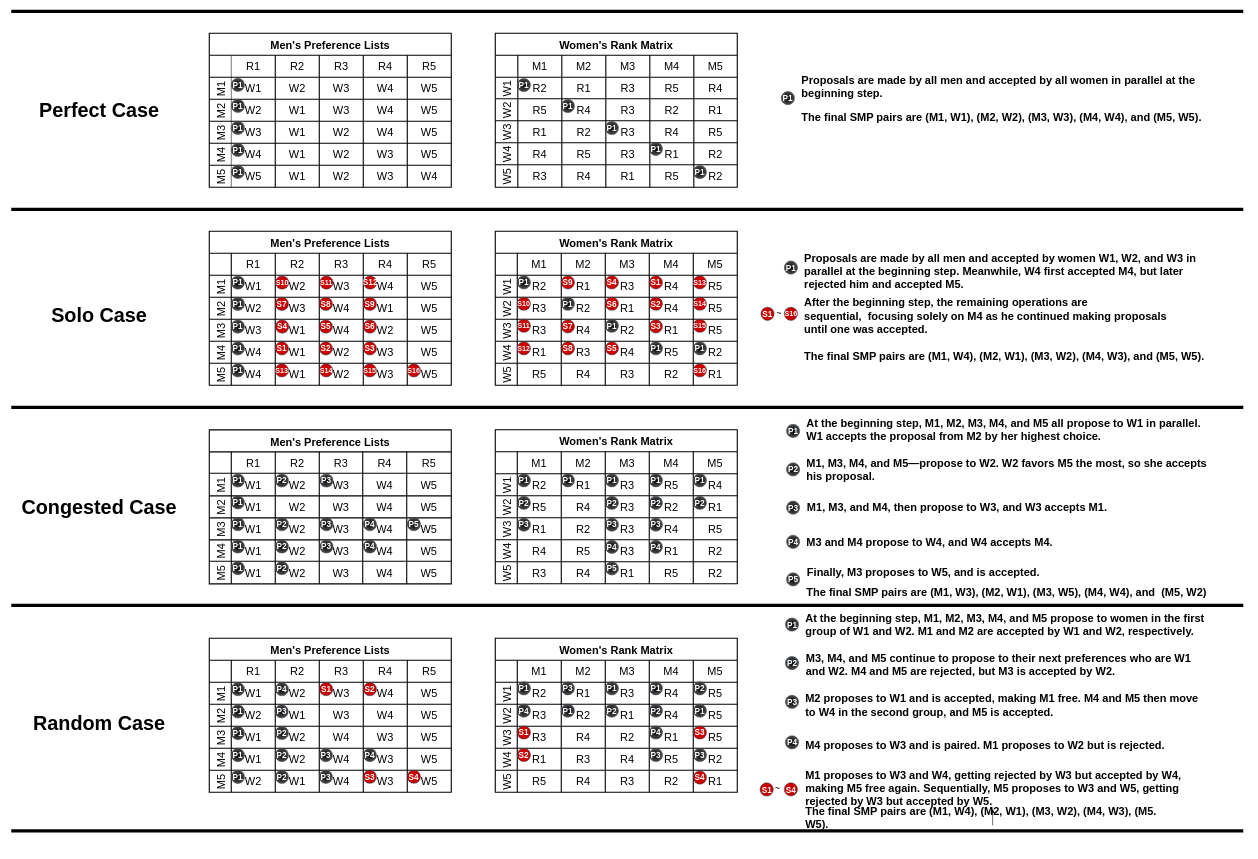
Earlier version of the draw.io diagram SMPWorkloads.drawio (victorliu-sq/BambooSMP-Figures). Source tidied: cells renumbered, new cells numbered last; positions are measured from the earlier drawing's top-left corner, leaving out a move shared by most shapes. Both pictures are drawn from the tidied source at 55%, with x=0, y=0 at pixel (11, 11).
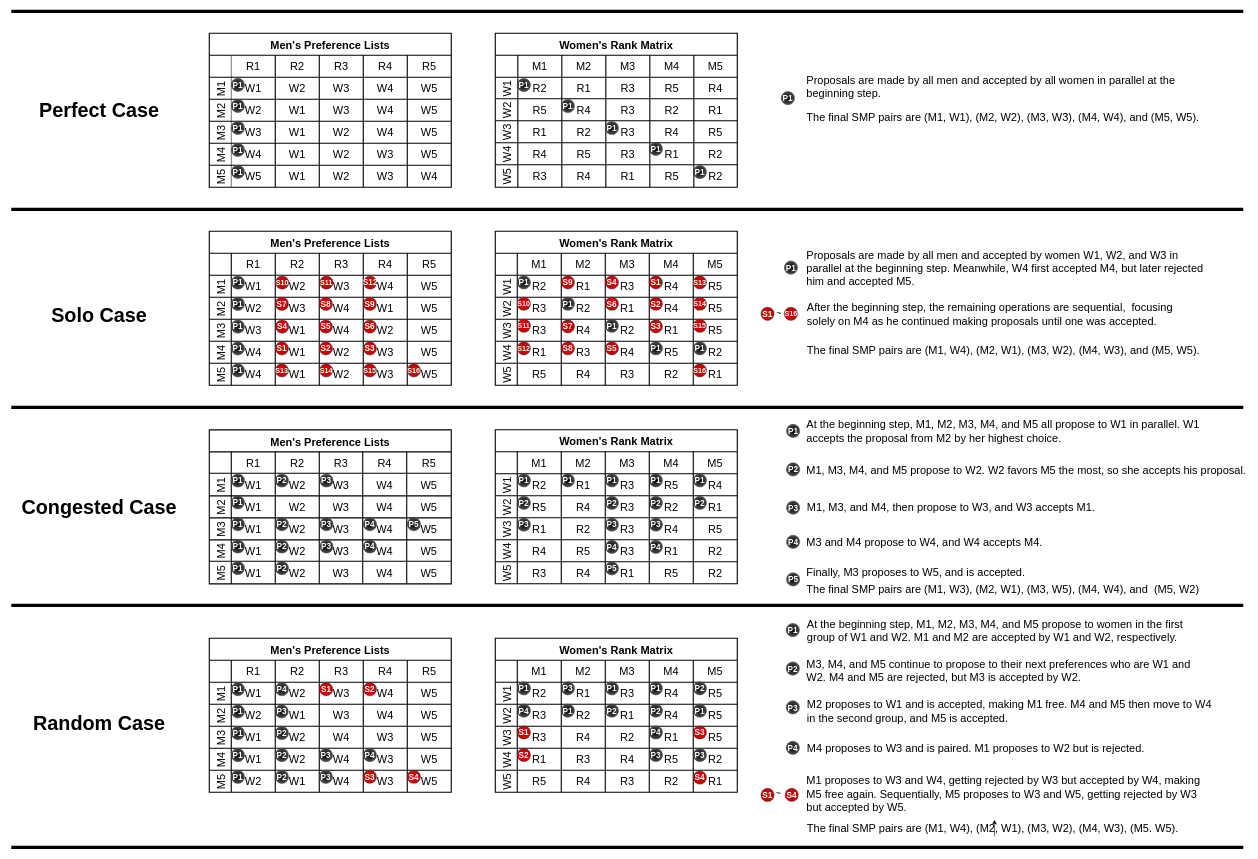
After the change.

The edit, as a diff of the source:
```diff
@@
     <mxCell id="213" style="endArrow=none;html=1;rounded=0;strokeWidth=6;" parent="1" edge="1">
       <mxGeometry relative="1" as="geometry">
-        <mxPoint y="1490" as="sourcePoint" />
-        <mxPoint x="2240" y="1490" as="targetPoint" />
+        <mxPoint y="1520" as="sourcePoint" />
+        <mxPoint x="2240" y="1520" as="targetPoint" />
       </mxGeometry>
     </mxCell>
@@
     <mxCell id="226" value="P1" style="ellipse;whiteSpace=wrap;html=1;strokeColor=#314354;align=center;verticalAlign=middle;fontFamily=Helvetica;fontSize=15;fillColor=#000000;fontColor=#ffffff;strokeWidth=1;perimeterSpacing=1;gradientColor=#4D4D4D;gradientDirection=radial;fontStyle=1;fillStyle=solid;" parent="1" vertex="1">
-      <mxGeometry x="1407.5" y="1103" width="24" height="24" as="geometry" />
+      <mxGeometry x="1409" y="1113" width="24" height="24" as="geometry" />
     </mxCell>
     <mxCell id="227" value="P2" style="ellipse;whiteSpace=wrap;html=1;strokeColor=#314354;align=center;verticalAlign=middle;fontFamily=Helvetica;fontSize=15;fillColor=#000000;fontColor=#ffffff;gradientColor=#4D4D4D;gradientDirection=radial;fontStyle=1;" parent="1" vertex="1">
-      <mxGeometry x="1407.5" y="1173" width="24" height="24" as="geometry" />
+      <mxGeometry x="1409" y="1183" width="24" height="24" as="geometry" />
     </mxCell>
     <mxCell id="228" value="P3" style="ellipse;whiteSpace=wrap;html=1;strokeColor=#314354;align=center;verticalAlign=middle;fontFamily=Helvetica;fontSize=15;fillColor=#000000;fontColor=#ffffff;fontStyle=1;gradientColor=#4D4D4D;gradientDirection=radial;" parent="1" vertex="1">
-      <mxGeometry x="1407.5" y="1243.6" width="24" height="24" as="geometry" />
+      <mxGeometry x="1409" y="1253.6" width="24" height="24" as="geometry" />
     </mxCell>
     <mxCell id="229" value="P4" style="ellipse;whiteSpace=wrap;html=1;strokeColor=#314354;align=center;verticalAlign=middle;fontFamily=Helvetica;fontSize=15;fillColor=#000000;fontColor=#ffffff;fontStyle=1;gradientColor=#4D4D4D;gradientDirection=radial;" parent="1" vertex="1">
-      <mxGeometry x="1407.5" y="1317.2" width="24" height="24" as="geometry" />
+      <mxGeometry x="1409" y="1327.2" width="24" height="24" as="geometry" />
     </mxCell>
     <mxCell id="230" value="S1" style="ellipse;whiteSpace=wrap;html=1;strokeColor=#314354;align=center;verticalAlign=middle;fontFamily=Helvetica;fontSize=15;fillColor=#CC0000;fontColor=#ffffff;fontStyle=1;" parent="1" vertex="1">
-      <mxGeometry x="1361.5" y="1402.9" width="24" height="24" as="geometry" />
+      <mxGeometry x="1363" y="1412.9" width="24" height="24" as="geometry" />
     </mxCell>
     <mxCell id="231" value="S4" style="ellipse;whiteSpace=wrap;html=1;strokeColor=#314354;align=center;verticalAlign=middle;fontFamily=Helvetica;fontSize=15;fillColor=#CC0000;fontColor=#ffffff;fillStyle=solid;strokeWidth=1;fontStyle=1;gradientColor=none;gradientDirection=radial;" parent="1" vertex="1">
-      <mxGeometry x="1405.5" y="1402.8" width="24" height="24" as="geometry" />
+      <mxGeometry x="1407" y="1412.8" width="24" height="24" as="geometry" />
     </mxCell>
     <mxCell id="232" value="&lt;h1 style=&quot;font-size: 15px;&quot;&gt;&lt;span style=&quot;font-weight: 400; font-size: 15px;&quot;&gt;~&lt;/span&gt;&lt;/h1&gt;" style="text;strokeColor=none;align=left;fillColor=none;html=1;verticalAlign=middle;whiteSpace=wrap;rounded=0;fontFamily=Helvetica;fontSize=15;fontColor=default;" parent="1" vertex="1">
-      <mxGeometry x="1387" y="1396.9" width="20" height="30" as="geometry" />
+      <mxGeometry x="1388.5" y="1406.9" width="20" height="30" as="geometry" />
     </mxCell>
-    <mxCell id="233" value="&lt;p style=&quot;font-size: 20px;&quot;&gt;&lt;b&gt;At the beginning step, M1, M2, M3, M4, and M5 all propose to W1 in parallel. W1 accepts the proposal from M2 by her highest choice.&lt;/b&gt;&lt;br style=&quot;font-size: 20px;&quot;&gt;&lt;/p&gt;" style="text;strokeColor=none;align=left;fillColor=none;html=1;verticalAlign=middle;whiteSpace=wrap;rounded=0;fontFamily=Helvetica;fontSize=20;fontColor=default;" parent="1" vertex="1">
-      <mxGeometry x="1444" y="745" width="737.5" height="30" as="geometry" />
+    <mxCell id="233" value="&lt;p style=&quot;font-size: 20px;&quot;&gt;&lt;span&gt;At the beginning step, M1, M2, M3, M4, and M5 all propose to W1 in parallel. W1 accepts the proposal from M2 by her highest choice.&lt;/span&gt;&lt;br style=&quot;font-size: 20px;&quot;&gt;&lt;/p&gt;" style="text;strokeColor=none;align=left;fillColor=none;html=1;verticalAlign=middle;whiteSpace=wrap;rounded=0;fontFamily=Helvetica;fontSize=20;fontColor=default;fontStyle=0;" parent="1" vertex="1">
+      <mxGeometry x="1444" y="748" width="737.5" height="30" as="geometry" />
     </mxCell>
-    <mxCell id="234" value="&lt;p style=&quot;font-size: 20px;&quot;&gt;M1, M3, M4, and M5—propose to W2. W2 favors M5 the most, so she accepts his proposal.&lt;br style=&quot;font-size: 20px;&quot;&gt;&lt;/p&gt;" style="text;strokeColor=none;align=left;fillColor=none;html=1;verticalAlign=middle;whiteSpace=wrap;rounded=0;fontFamily=Helvetica;fontSize=20;fontColor=default;fontStyle=1;" parent="1" vertex="1">
-      <mxGeometry x="1444" y="818" width="747.5" height="30" as="geometry" />
+    <mxCell id="234" value="&lt;p style=&quot;font-size: 20px;&quot;&gt;M1, M3, M4, and M5 propose to W2. W2 favors M5 the most, so she accepts his proposal.&lt;br style=&quot;font-size: 20px;&quot;&gt;&lt;/p&gt;" style="text;strokeColor=none;align=left;fillColor=none;html=1;verticalAlign=middle;whiteSpace=wrap;rounded=0;fontFamily=Helvetica;fontSize=20;fontColor=default;fontStyle=0;" parent="1" vertex="1">
+      <mxGeometry x="1444" y="818" width="806" height="30" as="geometry" />
     </mxCell>
-    <mxCell id="235" value="&lt;p style=&quot;font-size: 20px;&quot;&gt;M1, M3, and M4, then propose to W3, and W3 accepts M1.&lt;br style=&quot;font-size: 20px;&quot;&gt;&lt;/p&gt;" style="text;strokeColor=none;align=left;fillColor=none;html=1;verticalAlign=middle;whiteSpace=wrap;rounded=0;fontFamily=Helvetica;fontSize=20;fontColor=default;fontStyle=1;" parent="1" vertex="1">
+    <mxCell id="235" value="&lt;p style=&quot;font-size: 20px;&quot;&gt;M1, M3, and M4, then propose to W3, and W3 accepts M1.&lt;br style=&quot;font-size: 20px;&quot;&gt;&lt;/p&gt;" style="text;strokeColor=none;align=left;fillColor=none;html=1;verticalAlign=middle;whiteSpace=wrap;rounded=0;fontFamily=Helvetica;fontSize=20;fontColor=default;fontStyle=0;" parent="1" vertex="1">
       <mxGeometry x="1445" y="886" width="727.5" height="30" as="geometry" />
     </mxCell>
-    <mxCell id="236" value="&lt;p style=&quot;font-size: 20px;&quot;&gt;M3 and M4 propose to W4, and W4 accepts M4.&lt;br style=&quot;font-size: 20px;&quot;&gt;&lt;/p&gt;" style="text;strokeColor=none;align=left;fillColor=none;html=1;verticalAlign=middle;whiteSpace=wrap;rounded=0;fontFamily=Helvetica;fontSize=20;fontColor=default;fontStyle=1;" parent="1" vertex="1">
+    <mxCell id="236" value="&lt;p style=&quot;font-size: 20px;&quot;&gt;M3 and M4 propose to W4, and W4 accepts M4.&lt;br style=&quot;font-size: 20px;&quot;&gt;&lt;/p&gt;" style="text;strokeColor=none;align=left;fillColor=none;html=1;verticalAlign=middle;whiteSpace=wrap;rounded=0;fontFamily=Helvetica;fontSize=20;fontColor=default;fontStyle=0;" parent="1" vertex="1">
       <mxGeometry x="1444" y="949.6" width="734" height="30" as="geometry" />
     </mxCell>
-    <mxCell id="237" value="&lt;p style=&quot;font-size: 20px;&quot;&gt;Finally, M3 proposes to W5, and is accepted.&lt;br style=&quot;font-size: 20px;&quot;&gt;&lt;/p&gt;" style="text;strokeColor=none;align=left;fillColor=none;html=1;verticalAlign=middle;whiteSpace=wrap;rounded=0;fontFamily=Helvetica;fontSize=20;fontColor=default;fontStyle=1;" parent="1" vertex="1">
-      <mxGeometry x="1445" y="1005.3" width="578.5" height="30" as="geometry" />
+    <mxCell id="237" value="&lt;p style=&quot;font-size: 20px;&quot;&gt;Finally, M3 proposes to W5, and is accepted.&lt;br style=&quot;font-size: 20px;&quot;&gt;&lt;/p&gt;" style="text;strokeColor=none;align=left;fillColor=none;html=1;verticalAlign=middle;whiteSpace=wrap;rounded=0;fontFamily=Helvetica;fontSize=20;fontColor=default;fontStyle=0;" parent="1" vertex="1">
+      <mxGeometry x="1444" y="1005.3" width="578.5" height="30" as="geometry" />
     </mxCell>
-    <mxCell id="238" value="&lt;p style=&quot;font-size: 20px;&quot;&gt;&lt;span style=&quot;font-size: 20px;&quot;&gt;&lt;b&gt;At the beginning step, M1, M2, M3, M4, and M5 propose to women in the first group of W1 and W2. M1 and M2 are accepted by W1 and W2, respectively.&lt;/b&gt;&lt;/span&gt;&lt;/p&gt;" style="text;strokeColor=none;align=left;fillColor=none;html=1;verticalAlign=middle;whiteSpace=wrap;rounded=0;fontFamily=Helvetica;fontSize=20;fontColor=default;" parent="1" vertex="1">
-      <mxGeometry x="1442" y="1100" width="738.5" height="30" as="geometry" />
+    <mxCell id="238" value="&lt;p style=&quot;font-size: 20px;&quot;&gt;&lt;span style=&quot;font-size: 20px;&quot;&gt;&lt;span&gt;At the beginning step, M1, M2, M3, M4, and M5 propose to women in the first group of W1 and W2. M1 and M2 are accepted by W1 and W2, respectively.&lt;/span&gt;&lt;/span&gt;&lt;/p&gt;" style="text;strokeColor=none;align=left;fillColor=none;html=1;verticalAlign=middle;whiteSpace=wrap;rounded=0;fontFamily=Helvetica;fontSize=20;fontColor=default;fontStyle=0;" parent="1" vertex="1">
+      <mxGeometry x="1445" y="1110" width="738.5" height="30" as="geometry" />
     </mxCell>
-    <mxCell id="239" value="&lt;p style=&quot;font-size: 20px;&quot;&gt;&lt;b&gt;M3, M4, and M5 continue to propose to their next preferences who are W1 and W2. M4 and M5 are rejected, but M3 is accepted by W2.&lt;/b&gt;&lt;br style=&quot;font-size: 20px;&quot;&gt;&lt;/p&gt;" style="text;strokeColor=none;align=left;fillColor=none;html=1;verticalAlign=middle;whiteSpace=wrap;rounded=0;fontFamily=Helvetica;fontSize=20;fontColor=default;" parent="1" vertex="1">
-      <mxGeometry x="1443" y="1173" width="738.5" height="30" as="geometry" />
+    <mxCell id="239" value="&lt;p style=&quot;font-size: 20px;&quot;&gt;&lt;span&gt;M3, M4, and M5 continue to propose to their next preferences who are W1 and W2. M4 and M5 are rejected, but M3 is accepted by W2.&lt;/span&gt;&lt;br style=&quot;font-size: 20px;&quot;&gt;&lt;/p&gt;" style="text;strokeColor=none;align=left;fillColor=none;html=1;verticalAlign=middle;whiteSpace=wrap;rounded=0;fontFamily=Helvetica;fontSize=20;fontColor=default;fontStyle=0;" parent="1" vertex="1">
+      <mxGeometry x="1444" y="1183" width="738.5" height="30" as="geometry" />
     </mxCell>
-    <mxCell id="240" value="&lt;p style=&quot;font-size: 20px;&quot;&gt;&lt;b&gt;M4 proposes to W3 and is paired. M1 proposes to W2 but is rejected.&lt;/b&gt;&lt;br style=&quot;font-size: 20px;&quot;&gt;&lt;/p&gt;" style="text;strokeColor=none;align=left;fillColor=none;html=1;verticalAlign=middle;whiteSpace=wrap;rounded=0;fontFamily=Helvetica;fontSize=20;fontColor=default;" parent="1" vertex="1">
-      <mxGeometry x="1441.5" y="1317.2" width="738.5" height="32.8" as="geometry" />
+    <mxCell id="240" value="&lt;p style=&quot;font-size: 20px;&quot;&gt;&lt;span&gt;M4 proposes to W3 and is paired. M1 proposes to W2 but is rejected.&lt;/span&gt;&lt;br style=&quot;font-size: 20px;&quot;&gt;&lt;/p&gt;" style="text;strokeColor=none;align=left;fillColor=none;html=1;verticalAlign=middle;whiteSpace=wrap;rounded=0;fontFamily=Helvetica;fontSize=20;fontColor=default;fontStyle=0;" parent="1" vertex="1">
+      <mxGeometry x="1445" y="1322.8" width="738.5" height="32.8" as="geometry" />
     </mxCell>
-    <mxCell id="241" value="&lt;p style=&quot;font-size: 20px;&quot;&gt;&lt;b&gt;&lt;span style=&quot;font-size: 20px;&quot;&gt;Proposals are made by all men and accepted by women W1, W2, and W3 in parallel at the beginning step.&amp;nbsp;&lt;/span&gt;&lt;span style=&quot;background-color: initial; font-size: 20px;&quot;&gt;Meanwhile, W4 first accepted M4, but later rejected him and accepted M5.&lt;/span&gt;&lt;/b&gt;&lt;/p&gt;" style="text;strokeColor=none;align=left;fillColor=none;html=1;verticalAlign=middle;whiteSpace=wrap;rounded=0;fontFamily=Helvetica;fontSize=20;fontColor=default;" parent="1" vertex="1">
-      <mxGeometry x="1440" y="439.5" width="746.5" height="64" as="geometry" />
+    <mxCell id="241" value="&lt;p style=&quot;font-size: 20px;&quot;&gt;&lt;span&gt;&lt;span style=&quot;font-size: 20px;&quot;&gt;Proposals are made by all men and accepted by women W1, W2, and W3 in parallel at the beginning step.&amp;nbsp;&lt;/span&gt;&lt;span style=&quot;background-color: initial; font-size: 20px;&quot;&gt;Meanwhile, W4 first accepted M4, but later rejected him and accepted M5.&lt;/span&gt;&lt;/span&gt;&lt;/p&gt;" style="text;strokeColor=none;align=left;fillColor=none;html=1;verticalAlign=middle;whiteSpace=wrap;rounded=0;fontFamily=Helvetica;fontSize=20;fontColor=default;fontStyle=0;" parent="1" vertex="1">
+      <mxGeometry x="1444" y="434" width="746.5" height="64" as="geometry" />
     </mxCell>
-    <mxCell id="242" value="&lt;p style=&quot;font-size: 20px;&quot;&gt;&lt;b&gt;&lt;span style=&quot;font-size: 20px;&quot;&gt;After the beginning step, the remaining operations are sequential,&amp;nbsp;&amp;nbsp;&lt;/span&gt;&lt;span style=&quot;background-color: initial; font-size: 20px;&quot;&gt;focusing solely on M4 as he continued making proposals until one was accepted.&amp;nbsp;&lt;/span&gt;&lt;/b&gt;&lt;/p&gt;" style="text;strokeColor=none;align=left;fillColor=none;html=1;verticalAlign=middle;whiteSpace=wrap;rounded=0;fontFamily=Helvetica;fontSize=20;fontColor=default;" parent="1" vertex="1">
-      <mxGeometry x="1440" y="524" width="706.5" height="57" as="geometry" />
+    <mxCell id="242" value="&lt;p style=&quot;font-size: 20px;&quot;&gt;&lt;span&gt;&lt;span style=&quot;font-size: 20px;&quot;&gt;After the beginning step, the remaining operations are sequential,&amp;nbsp;&amp;nbsp;&lt;/span&gt;&lt;span style=&quot;background-color: initial; font-size: 20px;&quot;&gt;focusing solely on M4 as he continued making proposals until one was accepted.&amp;nbsp;&lt;/span&gt;&lt;/span&gt;&lt;/p&gt;" style="text;strokeColor=none;align=left;fillColor=none;html=1;verticalAlign=middle;whiteSpace=wrap;rounded=0;fontFamily=Helvetica;fontSize=20;fontColor=default;fontStyle=0;" parent="1" vertex="1">
+      <mxGeometry x="1445" y="521.5" width="706.5" height="57" as="geometry" />
     </mxCell>
-    <mxCell id="243" value="&lt;p style=&quot;font-size: 20px;&quot;&gt;&lt;span style=&quot;font-size: 20px;&quot;&gt;&lt;b&gt;Proposals are made by all men and accepted by all women in parallel at the beginning step.&amp;nbsp;&lt;/b&gt;&lt;/span&gt;&lt;/p&gt;&lt;p style=&quot;font-size: 20px;&quot;&gt;&lt;b&gt;The final SMP pairs are&amp;nbsp;&lt;span style=&quot;font-size: 20px; background-color: initial;&quot;&gt;(M1, W1), (M2, W2), (M3, W3), (M4, W4), and (M5, W5).&lt;/span&gt;&amp;nbsp;&lt;/b&gt;&lt;/p&gt;" style="text;strokeColor=none;align=left;fillColor=none;html=1;verticalAlign=middle;whiteSpace=wrap;rounded=0;fontFamily=Helvetica;fontSize=20;fontColor=default;" parent="1" vertex="1">
-      <mxGeometry x="1434.5" y="102.8" width="746.5" height="110" as="geometry" />
+    <mxCell id="243" value="&lt;p style=&quot;font-size: 20px;&quot;&gt;&lt;span style=&quot;font-size: 20px;&quot;&gt;&lt;span&gt;Proposals are made by all men and accepted by all women in parallel at the beginning step.&amp;nbsp;&lt;/span&gt;&lt;/span&gt;&lt;/p&gt;&lt;p style=&quot;font-size: 20px;&quot;&gt;&lt;span&gt;The final SMP pairs are&amp;nbsp;&lt;span style=&quot;font-size: 20px; background-color: initial;&quot;&gt;(M1, W1), (M2, W2), (M3, W3), (M4, W4), and (M5, W5).&lt;/span&gt;&amp;nbsp;&lt;/span&gt;&lt;/p&gt;" style="text;strokeColor=none;align=left;fillColor=none;html=1;verticalAlign=middle;whiteSpace=wrap;rounded=0;fontFamily=Helvetica;fontSize=20;fontColor=default;fontStyle=0;" parent="1" vertex="1">
+      <mxGeometry x="1444" y="102.8" width="746.5" height="110" as="geometry" />
     </mxCell>
-    <mxCell id="244" value="&lt;p style=&quot;font-size: 20px;&quot;&gt;&lt;b&gt;&lt;span style=&quot;font-size: 20px;&quot;&gt;The final SMP pairs are&amp;nbsp;&lt;/span&gt;&lt;span style=&quot;font-size: 20px;&quot;&gt;&lt;font style=&quot;font-size: 20px;&quot;&gt;(M1, W4), (M2, W1), (M3, W2), (M4, W3), and (M5, W5).&lt;/font&gt;&lt;/span&gt;&lt;/b&gt;&lt;/p&gt;" style="text;strokeColor=none;align=left;fillColor=none;html=1;verticalAlign=middle;whiteSpace=wrap;rounded=0;fontFamily=Helvetica;fontSize=20;fontColor=default;" parent="1" vertex="1">
-      <mxGeometry x="1440" y="611" width="740" height="30" as="geometry" />
+    <mxCell id="244" value="&lt;p style=&quot;font-size: 20px;&quot;&gt;&lt;span&gt;&lt;span style=&quot;font-size: 20px;&quot;&gt;The final SMP pairs are&amp;nbsp;&lt;/span&gt;&lt;span style=&quot;font-size: 20px;&quot;&gt;&lt;font style=&quot;font-size: 20px;&quot;&gt;(M1, W4), (M2, W1), (M3, W2), (M4, W3), and (M5, W5).&lt;/font&gt;&lt;/span&gt;&lt;/span&gt;&lt;/p&gt;" style="text;strokeColor=none;align=left;fillColor=none;html=1;verticalAlign=middle;whiteSpace=wrap;rounded=0;fontFamily=Helvetica;fontSize=20;fontColor=default;fontStyle=0;" parent="1" vertex="1">
+      <mxGeometry x="1445" y="601" width="740" height="30" as="geometry" />
     </mxCell>
-    <mxCell id="245" value="&lt;p style=&quot;font-size: 20px;&quot;&gt;&lt;span style=&quot;font-size: 20px;&quot;&gt;The final SMP pairs are&amp;nbsp;&lt;/span&gt;&lt;span style=&quot;font-size: 20px;&quot;&gt;&lt;font style=&quot;font-size: 20px;&quot;&gt;(M1, W3), (M2, W1), (M3, W5), (M4, W4), and&amp;nbsp; (M5, W2)&lt;/font&gt;&lt;/span&gt;&lt;/p&gt;" style="text;strokeColor=none;align=left;fillColor=none;html=1;verticalAlign=middle;whiteSpace=wrap;rounded=0;fontFamily=Helvetica;fontSize=20;fontColor=default;fontStyle=1;" parent="1" vertex="1">
-      <mxGeometry x="1444" y="1041" width="736.5" height="30" as="geometry" />
+    <mxCell id="245" value="&lt;p style=&quot;font-size: 20px;&quot;&gt;&lt;span style=&quot;font-size: 20px;&quot;&gt;The final SMP pairs are&amp;nbsp;&lt;/span&gt;&lt;span style=&quot;font-size: 20px;&quot;&gt;&lt;font style=&quot;font-size: 20px;&quot;&gt;(M1, W3), (M2, W1), (M3, W5), (M4, W4), and&amp;nbsp; (M5, W2)&lt;/font&gt;&lt;/span&gt;&lt;/p&gt;" style="text;strokeColor=none;align=left;fillColor=none;html=1;verticalAlign=middle;whiteSpace=wrap;rounded=0;fontFamily=Helvetica;fontSize=20;fontColor=default;fontStyle=0;" parent="1" vertex="1">
+      <mxGeometry x="1444" y="1035.3" width="756" height="30" as="geometry" />
     </mxCell>
-    <mxCell id="246" value="&lt;p style=&quot;font-size: 20px;&quot;&gt;&lt;b&gt;M2 proposes to W1 and is accepted, making M1 free. M4 and M5 then move to W4 in the second group, and M5 is accepted.&lt;/b&gt;&lt;br style=&quot;font-size: 20px;&quot;&gt;&lt;/p&gt;" style="text;strokeColor=none;align=left;fillColor=none;html=1;verticalAlign=middle;whiteSpace=wrap;rounded=0;fontFamily=Helvetica;fontSize=20;fontColor=default;" parent="1" vertex="1">
-      <mxGeometry x="1441.5" y="1246.2" width="738.5" height="30" as="geometry" />
+    <mxCell id="246" value="&lt;p style=&quot;font-size: 20px;&quot;&gt;&lt;span&gt;M2 proposes to W1 and is accepted, making M1 free. M4 and M5 then move to W4 in the second group, and M5 is accepted.&lt;/span&gt;&lt;br style=&quot;font-size: 20px;&quot;&gt;&lt;/p&gt;" style="text;strokeColor=none;align=left;fillColor=none;html=1;verticalAlign=middle;whiteSpace=wrap;rounded=0;fontFamily=Helvetica;fontSize=20;fontColor=default;fontStyle=0;" parent="1" vertex="1">
+      <mxGeometry x="1445" y="1256.6" width="738.5" height="30" as="geometry" />
     </mxCell>
-    <mxCell id="247" value="&lt;p style=&quot;font-size: 20px;&quot;&gt;&lt;b&gt;M1 proposes to W3 and W4, getting rejected by W3 but accepted by W4, making M5 free again. Sequentially, M5 proposes to W3 and W5, getting rejected by W3 but accepted by W5.&lt;/b&gt;&lt;br style=&quot;font-size: 20px;&quot;&gt;&lt;/p&gt;" style="text;strokeColor=none;align=left;fillColor=none;html=1;verticalAlign=middle;whiteSpace=wrap;rounded=0;fontFamily=Helvetica;fontSize=20;fontColor=default;" parent="1" vertex="1">
-      <mxGeometry x="1442" y="1396.9" width="717.5" height="30" as="geometry" />
+    <mxCell id="247" value="&lt;p style=&quot;font-size: 20px;&quot;&gt;&lt;span&gt;M1 proposes to W3 and W4, getting rejected by W3 but accepted by W4, making M5 free again. Sequentially, M5 proposes to W3 and W5, getting rejected by W3 but accepted by W5.&lt;/span&gt;&lt;br style=&quot;font-size: 20px;&quot;&gt;&lt;/p&gt;" style="text;strokeColor=none;align=left;fillColor=none;html=1;verticalAlign=middle;whiteSpace=wrap;rounded=0;fontFamily=Helvetica;fontSize=20;fontColor=default;fontStyle=0;" parent="1" vertex="1">
+      <mxGeometry x="1444" y="1406.9" width="717.5" height="30" as="geometry" />
     </mxCell>
-    <mxCell id="248" value="&lt;p style=&quot;font-size: 20px;&quot;&gt;&lt;b&gt;The final SMP pairs are (M1, W4), (M2, W1), (M3, W2), (M4, W3), (M5. W5).&lt;/b&gt;&lt;br style=&quot;font-size: 20px;&quot;&gt;&lt;/p&gt;" style="text;strokeColor=none;align=left;fillColor=none;html=1;verticalAlign=middle;whiteSpace=wrap;rounded=0;fontFamily=Helvetica;fontSize=20;fontColor=default;" parent="1" vertex="1">
-      <mxGeometry x="1441.5" y="1450" width="685.5" height="30" as="geometry" />
+    <mxCell id="248" value="&lt;p style=&quot;font-size: 20px;&quot;&gt;&lt;span&gt;The final SMP pairs are (M1, W4), (M2, W1), (M3, W2), (M4, W3), (M5. W5).&lt;/span&gt;&lt;br style=&quot;font-size: 20px;&quot;&gt;&lt;/p&gt;" style="text;strokeColor=none;align=left;fillColor=none;html=1;verticalAlign=middle;whiteSpace=wrap;rounded=0;fontFamily=Helvetica;fontSize=20;fontColor=default;fontStyle=0;" parent="1" vertex="1">
+      <mxGeometry x="1445" y="1470" width="685.5" height="30" as="geometry" />
     </mxCell>
@@
-    <mxCell id="456" style="edgeStyle=orthogonalEdgeStyle;rounded=0;orthogonalLoop=1;jettySize=auto;html=1;exitX=0.5;exitY=1;exitDx=0;exitDy=0;entryX=0.5;entryY=0;entryDx=0;entryDy=0;" parent="1" edge="1" source="248" target="248">
+    <mxCell id="456" style="edgeStyle=orthogonalEdgeStyle;rounded=0;orthogonalLoop=1;jettySize=auto;html=1;exitX=0.5;exitY=1;exitDx=0;exitDy=0;entryX=0.5;entryY=0;entryDx=0;entryDy=0;fontStyle=0;" parent="1" edge="1" source="248" target="248">
       <mxGeometry relative="1" as="geometry" />
     </mxCell>
```
